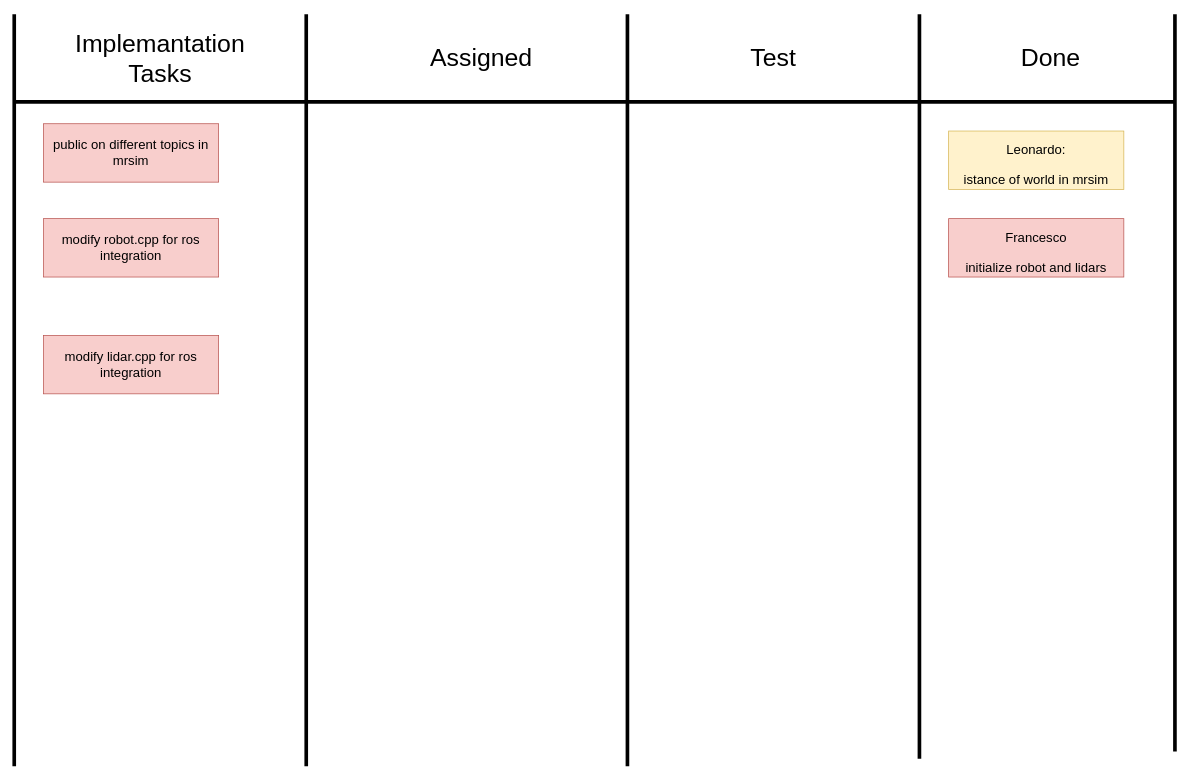
The draw.io diagram planning/scrum.drawio in airoprojects/robot-programming-nc, before the edit. Source tidied: cells renumbered, new cells numbered last; positions are measured from the earlier drawing's top-left corner, leaving out a move shared by most shapes. Both pictures are drawn from the tidied source at 73%, with x=0, y=0 at pixel (14, 14).
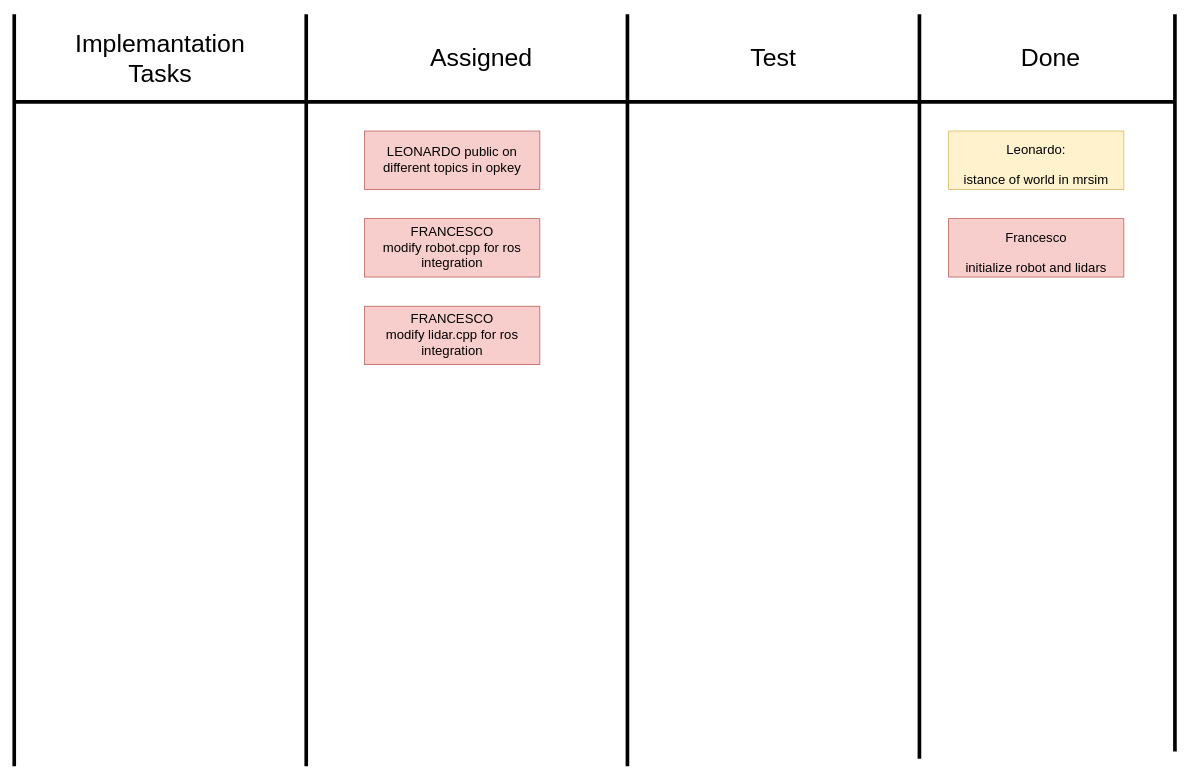
The same diagram, later.

What changed in the source:
```diff
@@
-    <mxCell id="11" value="&lt;font color=&quot;#000000&quot;&gt;public on different topics in mrsim&lt;/font&gt;" style="rounded=0;whiteSpace=wrap;html=1;fontSize=18;fillColor=#f8cecc;strokeColor=#b85450;" parent="1" vertex="1">
-      <mxGeometry x="40" y="150" width="240" height="80" as="geometry" />
+    <mxCell id="11" value="&lt;font color=&quot;#000000&quot;&gt;LEONARDO public on different topics in opkey&lt;br&gt;&lt;/font&gt;" style="rounded=0;whiteSpace=wrap;html=1;fontSize=18;fillColor=#f8cecc;strokeColor=#b85450;" parent="1" vertex="1">
+      <mxGeometry x="480" y="160" width="240" height="80" as="geometry" />
     </mxCell>
@@
-    <mxCell id="15" value="&lt;font color=&quot;#000000&quot;&gt;modify robot.cpp for ros integration&lt;/font&gt;" style="rounded=0;whiteSpace=wrap;html=1;fontSize=18;fillColor=#f8cecc;strokeColor=#b85450;" parent="1" vertex="1">
-      <mxGeometry x="40" y="280" width="240" height="80" as="geometry" />
+    <mxCell id="15" value="&lt;font color=&quot;#000000&quot;&gt;FRANCESCO&lt;br&gt;modify robot.cpp for ros integration&lt;/font&gt;" style="rounded=0;whiteSpace=wrap;html=1;fontSize=18;fillColor=#f8cecc;strokeColor=#b85450;" parent="1" vertex="1">
+      <mxGeometry x="480" y="280" width="240" height="80" as="geometry" />
     </mxCell>
-    <mxCell id="16" value="&lt;font color=&quot;#000000&quot;&gt;modify lidar.cpp for ros integration&lt;/font&gt;" style="rounded=0;whiteSpace=wrap;html=1;fontSize=18;fillColor=#f8cecc;strokeColor=#b85450;" parent="1" vertex="1">
-      <mxGeometry x="40" y="440" width="240" height="80" as="geometry" />
+    <mxCell id="16" value="&lt;font color=&quot;#000000&quot;&gt;FRANCESCO&lt;br&gt;modify lidar.cpp for ros integration&lt;/font&gt;" style="rounded=0;whiteSpace=wrap;html=1;fontSize=18;fillColor=#f8cecc;strokeColor=#b85450;" parent="1" vertex="1">
+      <mxGeometry x="480" y="400" width="240" height="80" as="geometry" />
     </mxCell>
```
